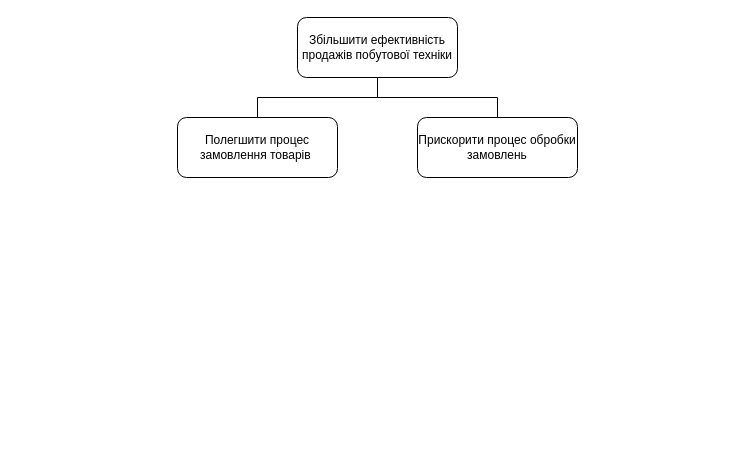
Before: Goals.drawio in Mehanari/system_analysis_first_practice, a draw.io diagram. Source tidied: cells renumbered, new cells numbered last; positions are measured from the earlier drawing's top-left corner, leaving out a move shared by most shapes. Both pictures are drawn from the tidied source at 100%, with x=0, y=0 at pixel (177, 17).
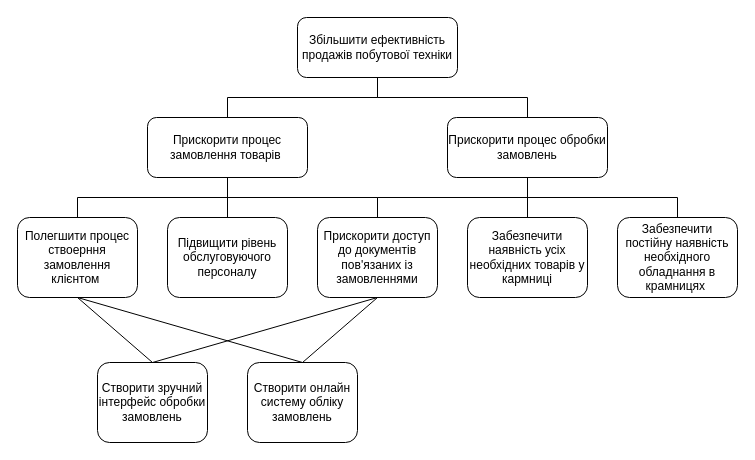
The same page after the edit.

The edit, as a diff of the source:
```diff
@@
-    <mxCell id="3" value="Полегшити процес замовлення товарів&amp;nbsp;" style="rounded=1;whiteSpace=wrap;html=1;" parent="1" vertex="1">
-      <mxGeometry y="100" width="160" height="60" as="geometry" />
+    <mxCell id="3" value="Прискорити процес замовлення товарів&amp;nbsp;" style="rounded=1;whiteSpace=wrap;html=1;" parent="1" vertex="1">
+      <mxGeometry x="-30" y="100" width="160" height="60" as="geometry" />
     </mxCell>
     <mxCell id="4" value="Прискорити процес обробки замовлень" style="rounded=1;whiteSpace=wrap;html=1;" parent="1" vertex="1">
-      <mxGeometry x="240" y="100" width="160" height="60" as="geometry" />
+      <mxGeometry x="270" y="100" width="160" height="60" as="geometry" />
     </mxCell>
@@
+    <mxCell id="7" value="Полегшити процес ствоерння замовлення клієнтом&amp;nbsp;" style="rounded=1;whiteSpace=wrap;html=1;" parent="1" vertex="1">
+      <mxGeometry x="-160" y="200" width="120" height="80" as="geometry" />
+    </mxCell>
+    <mxCell id="8" value="Підвищити рівень обслуговуючого персоналу" style="rounded=1;whiteSpace=wrap;html=1;" parent="1" vertex="1">
+      <mxGeometry x="-10" y="200" width="120" height="80" as="geometry" />
+    </mxCell>
+    <mxCell id="9" value="Прискорити доступ до документів пов'язаних із замовленнями" style="rounded=1;whiteSpace=wrap;html=1;" parent="1" vertex="1">
+      <mxGeometry x="140" y="200" width="120" height="80" as="geometry" />
+    </mxCell>
+    <mxCell id="10" value="Забезпечити наявність усіх необхідних товарів у кармниці" style="rounded=1;whiteSpace=wrap;html=1;" parent="1" vertex="1">
+      <mxGeometry x="290" y="200" width="120" height="80" as="geometry" />
+    </mxCell>
+    <mxCell id="11" value="Забезпечити постійну наявність необхідного обладнання в крамницях&amp;nbsp;" style="rounded=1;whiteSpace=wrap;html=1;" parent="1" vertex="1">
+      <mxGeometry x="440" y="200" width="120" height="80" as="geometry" />
+    </mxCell>
+    <mxCell id="12" style="endArrow=none;html=1;rounded=0;entryX=0.5;entryY=1;entryDx=0;entryDy=0;exitX=0.5;exitY=0;exitDx=0;exitDy=0;edgeStyle=orthogonalEdgeStyle;" parent="1" edge="1" source="7" target="3">
+      <mxGeometry relative="1" as="geometry" />
+    </mxCell>
+    <mxCell id="13" style="endArrow=none;html=1;rounded=0;entryX=0.5;entryY=1;entryDx=0;entryDy=0;exitX=0.5;exitY=0;exitDx=0;exitDy=0;edgeStyle=orthogonalEdgeStyle;" parent="1" edge="1" source="8" target="3">
+      <mxGeometry relative="1" as="geometry" />
+    </mxCell>
+    <mxCell id="14" style="endArrow=none;html=1;rounded=0;entryX=0.5;entryY=1;entryDx=0;entryDy=0;exitX=0.5;exitY=0;exitDx=0;exitDy=0;edgeStyle=orthogonalEdgeStyle;" parent="1" edge="1" source="9" target="3">
+      <mxGeometry relative="1" as="geometry" />
+    </mxCell>
+    <mxCell id="15" style="endArrow=none;html=1;rounded=0;entryX=0.5;entryY=1;entryDx=0;entryDy=0;exitX=0.5;exitY=0;exitDx=0;exitDy=0;edgeStyle=orthogonalEdgeStyle;" parent="1" edge="1" source="9" target="4">
+      <mxGeometry relative="1" as="geometry" />
+    </mxCell>
+    <mxCell id="16" style="endArrow=none;html=1;rounded=0;entryX=0.5;entryY=1;entryDx=0;entryDy=0;exitX=0.5;exitY=0;exitDx=0;exitDy=0;edgeStyle=orthogonalEdgeStyle;" parent="1" edge="1" source="10" target="4">
+      <mxGeometry relative="1" as="geometry" />
+    </mxCell>
+    <mxCell id="17" style="endArrow=none;html=1;rounded=0;entryX=0.5;entryY=1;entryDx=0;entryDy=0;exitX=0.5;exitY=0;exitDx=0;exitDy=0;edgeStyle=orthogonalEdgeStyle;" parent="1" edge="1" source="11" target="4">
+      <mxGeometry relative="1" as="geometry" />
+    </mxCell>
+    <mxCell id="18" value="Створити зручний інтерфейс обробки замовлень" style="rounded=1;whiteSpace=wrap;html=1;" parent="1" vertex="1">
+      <mxGeometry x="-80" y="345" width="110" height="80" as="geometry" />
+    </mxCell>
+    <mxCell id="19" value="Створити онлайн систему обліку замовлень" style="rounded=1;whiteSpace=wrap;html=1;" parent="1" vertex="1">
+      <mxGeometry x="70" y="345" width="110" height="80" as="geometry" />
+    </mxCell>
+    <mxCell id="20" style="endArrow=none;html=1;rounded=0;entryX=0.5;entryY=1;entryDx=0;entryDy=0;exitX=0.5;exitY=0;exitDx=0;exitDy=0;" parent="1" edge="1" source="18" target="7">
+      <mxGeometry relative="1" as="geometry" />
+    </mxCell>
+    <mxCell id="21" style="endArrow=none;html=1;rounded=0;entryX=0.5;entryY=1;entryDx=0;entryDy=0;exitX=0.5;exitY=0;exitDx=0;exitDy=0;" parent="1" edge="1" source="19" target="7">
+      <mxGeometry relative="1" as="geometry" />
+    </mxCell>
+    <mxCell id="22" style="endArrow=none;html=1;rounded=0;entryX=0.5;entryY=1;entryDx=0;entryDy=0;exitX=0.5;exitY=0;exitDx=0;exitDy=0;" parent="1" edge="1" source="18" target="9">
+      <mxGeometry relative="1" as="geometry" />
+    </mxCell>
+    <mxCell id="23" style="endArrow=none;html=1;rounded=0;entryX=0.5;entryY=1;entryDx=0;entryDy=0;exitX=0.5;exitY=0;exitDx=0;exitDy=0;" parent="1" edge="1" source="19" target="9">
+      <mxGeometry relative="1" as="geometry" />
+    </mxCell>
```
